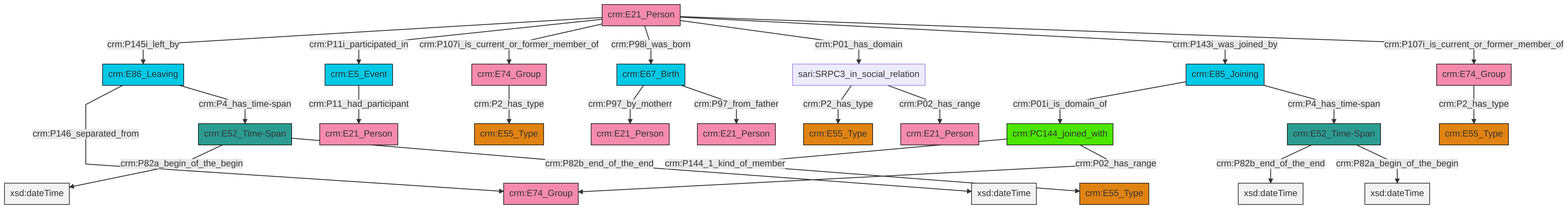
Earlier version of the Mermaid export et/personCSV/ttl/mmd/png/Person_Actor_Relations.png (swiss-art-research-net/reference-data-models). Its source is kept beside it as et/personCSV/ttl/mmd/Person_Actor_Relations.ttl.mmd.
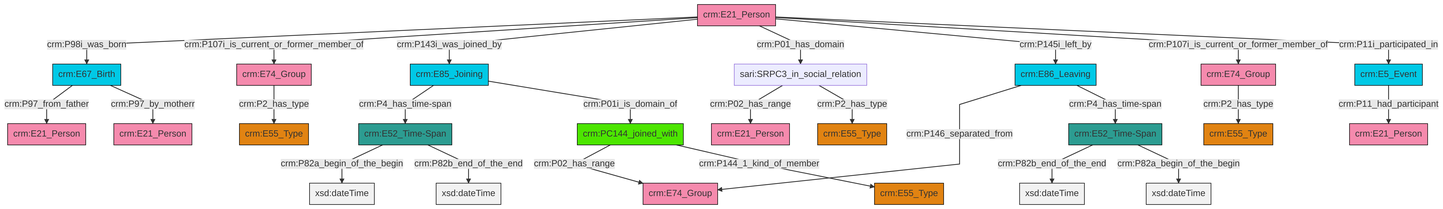
After the change.

Diff of the diagram source:
```diff
@@ -13,27 +13,27 @@
 classDef PC_Classes fill:#4ce600, stroke:#000000;
 classDef Multi fill:#cccccc,stroke:#000000;
 
-2["crm:E5_Event"]:::Temporal_Entity -->|crm:P11_had_participant| 0["crm:E21_Person"]:::Actor
-3["crm:E21_Person"]:::Actor -->|crm:P145i_left_by| 4["crm:E86_Leaving"]:::Temporal_Entity
-8["crm:PC144_joined_with"]:::PC_Classes -->|crm:P144_1_kind_of_member| 9["crm:E55_Type"]:::Type
-3["crm:E21_Person"]:::Actor -->|crm:P11i_participated_in| 2["crm:E5_Event"]:::Temporal_Entity
-8["crm:PC144_joined_with"]:::PC_Classes -->|crm:P02_has_range| 5["crm:E74_Group"]:::Actor
-4["crm:E86_Leaving"]:::Temporal_Entity -->|crm:P146_separated_from| 5["crm:E74_Group"]:::Actor
-24["crm:E85_Joining"]:::Temporal_Entity -->|crm:P01i_is_domain_of| 8["crm:PC144_joined_with"]:::PC_Classes
-22["sari:SRPC3_in_social_relation"]:::Default -->|crm:P2_has_type| 27["crm:E55_Type"]:::Type
-3["crm:E21_Person"]:::Actor -->|crm:P107i_is_current_or_former_member_of| 17["crm:E74_Group"]:::Actor
-30["crm:E52_Time-Span"]:::Time-Span -->|crm:P82a_begin_of_the_begin| 31[xsd:dateTime]:::Literal
-4["crm:E86_Leaving"]:::Temporal_Entity -->|crm:P4_has_time-span| 30["crm:E52_Time-Span"]:::Time-Span
-13["crm:E74_Group"]:::Actor -->|crm:P2_has_type| 25["crm:E55_Type"]:::Type
-24["crm:E85_Joining"]:::Temporal_Entity -->|crm:P4_has_time-span| 33["crm:E52_Time-Span"]:::Time-Span
-33["crm:E52_Time-Span"]:::Time-Span -->|crm:P82b_end_of_the_end| 40[xsd:dateTime]:::Literal
-36["crm:E67_Birth"]:::Temporal_Entity -->|crm:P97_by_motherr| 38["crm:E21_Person"]:::Actor
-22["sari:SRPC3_in_social_relation"]:::Default -->|crm:P02_has_range| 15["crm:E21_Person"]:::Actor
-30["crm:E52_Time-Span"]:::Time-Span -->|crm:P82b_end_of_the_end| 42[xsd:dateTime]:::Literal
-17["crm:E74_Group"]:::Actor -->|crm:P2_has_type| 11["crm:E55_Type"]:::Type
-3["crm:E21_Person"]:::Actor -->|crm:P98i_was_born| 36["crm:E67_Birth"]:::Temporal_Entity
-3["crm:E21_Person"]:::Actor -->|crm:P01_has_domain| 22["sari:SRPC3_in_social_relation"]:::Default
-33["crm:E52_Time-Span"]:::Time-Span -->|crm:P82a_begin_of_the_begin| 45[xsd:dateTime]:::Literal
-3["crm:E21_Person"]:::Actor -->|crm:P143i_was_joined_by| 24["crm:E85_Joining"]:::Temporal_Entity
-36["crm:E67_Birth"]:::Temporal_Entity -->|crm:P97_from_father| 19["crm:E21_Person"]:::Actor
-3["crm:E21_Person"]:::Actor -->|crm:P107i_is_current_or_former_member_of| 13["crm:E74_Group"]:::Actor
+2["crm:E5_Event"]:::Temporal_Entity -->|crm:P11_had_participant| 3["crm:E21_Person"]:::Actor
+5["crm:E86_Leaving"]:::Temporal_Entity -->|crm:P146_separated_from| 6["crm:E74_Group"]:::Actor
+7["crm:E74_Group"]:::Actor -->|crm:P2_has_type| 8["crm:E55_Type"]:::Type
+9["crm:E52_Time-Span"]:::Time-Span -->|crm:P82a_begin_of_the_begin| 10[xsd:dateTime]:::Literal
+13["crm:E21_Person"]:::Actor -->|crm:P98i_was_born| 14["crm:E67_Birth"]:::Temporal_Entity
+13["crm:E21_Person"]:::Actor -->|crm:P107i_is_current_or_former_member_of| 19["crm:E74_Group"]:::Actor
+14["crm:E67_Birth"]:::Temporal_Entity -->|crm:P97_from_father| 21["crm:E21_Person"]:::Actor
+9["crm:E52_Time-Span"]:::Time-Span -->|crm:P82b_end_of_the_end| 22[xsd:dateTime]:::Literal
+29["crm:PC144_joined_with"]:::PC_Classes -->|crm:P02_has_range| 6["crm:E74_Group"]:::Actor
+17["sari:SRPC3_in_social_relation"]:::Default -->|crm:P02_has_range| 30["crm:E21_Person"]:::Actor
+13["crm:E21_Person"]:::Actor -->|crm:P143i_was_joined_by| 0["crm:E85_Joining"]:::Temporal_Entity
+5["crm:E86_Leaving"]:::Temporal_Entity -->|crm:P4_has_time-span| 23["crm:E52_Time-Span"]:::Time-Span
+0["crm:E85_Joining"]:::Temporal_Entity -->|crm:P4_has_time-span| 9["crm:E52_Time-Span"]:::Time-Span
+29["crm:PC144_joined_with"]:::PC_Classes -->|crm:P144_1_kind_of_member| 26["crm:E55_Type"]:::Type
+13["crm:E21_Person"]:::Actor -->|crm:P01_has_domain| 17["sari:SRPC3_in_social_relation"]:::Default
+0["crm:E85_Joining"]:::Temporal_Entity -->|crm:P01i_is_domain_of| 29["crm:PC144_joined_with"]:::PC_Classes
+13["crm:E21_Person"]:::Actor -->|crm:P145i_left_by| 5["crm:E86_Leaving"]:::Temporal_Entity
+23["crm:E52_Time-Span"]:::Time-Span -->|crm:P82b_end_of_the_end| 35[xsd:dateTime]:::Literal
+17["sari:SRPC3_in_social_relation"]:::Default -->|crm:P2_has_type| 32["crm:E55_Type"]:::Type
+13["crm:E21_Person"]:::Actor -->|crm:P107i_is_current_or_former_member_of| 7["crm:E74_Group"]:::Actor
+19["crm:E74_Group"]:::Actor -->|crm:P2_has_type| 11["crm:E55_Type"]:::Type
+14["crm:E67_Birth"]:::Temporal_Entity -->|crm:P97_by_motherr| 37["crm:E21_Person"]:::Actor
+23["crm:E52_Time-Span"]:::Time-Span -->|crm:P82a_begin_of_the_begin| 43[xsd:dateTime]:::Literal
+13["crm:E21_Person"]:::Actor -->|crm:P11i_participated_in| 2["crm:E5_Event"]:::Temporal_Entity
```
